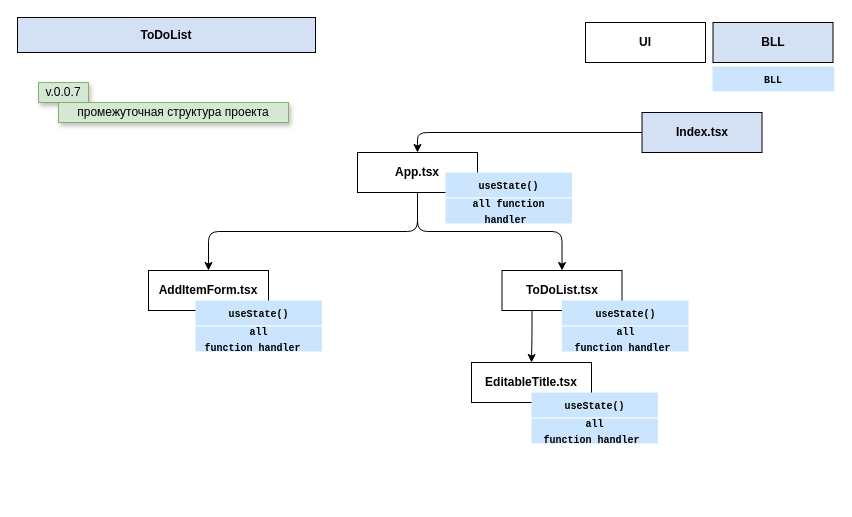
The draw.io diagram ToDoList.drawio in AndrosovMA/ToDoList, before the edit. Source tidied: cells renumbered, new cells numbered last; positions are measured from the earlier drawing's top-left corner, leaving out a move shared by most shapes. Both pictures are drawn from the tidied source at 100%, with x=0, y=0 at pixel (17, 17).
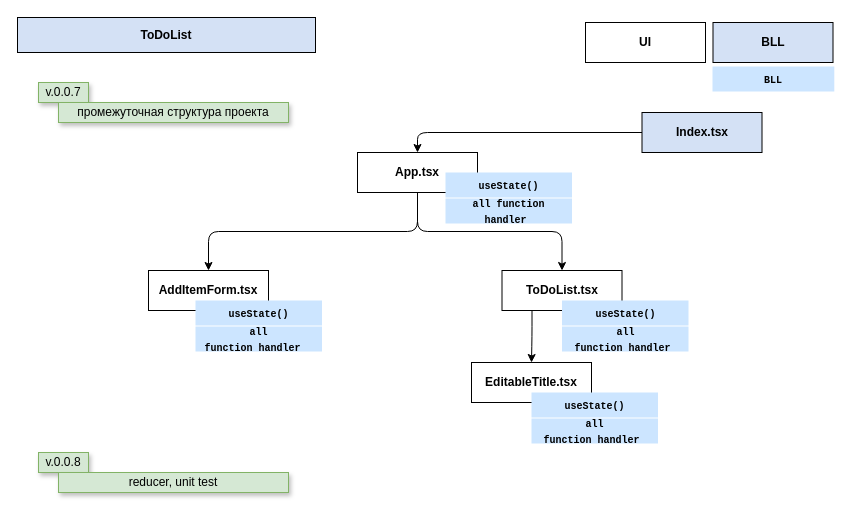
The same diagram, later.

Change to the diagram source:
```diff
@@
+    <mxCell id="29" value="v.0.0.8" style="text;html=1;strokeColor=#82b366;fillColor=#d5e8d4;align=center;verticalAlign=middle;whiteSpace=wrap;rounded=0;glass=0;shadow=1;" parent="1" vertex="1">
+      <mxGeometry x="21" y="435" width="50" height="20" as="geometry" />
+    </mxCell>
+    <mxCell id="30" value="reducer, unit test" style="text;html=1;strokeColor=#82b366;fillColor=#D5E8D4;align=center;verticalAlign=middle;whiteSpace=wrap;rounded=0;glass=0;shadow=1;" parent="1" vertex="1">
+      <mxGeometry x="41" y="455" width="230" height="20" as="geometry" />
+    </mxCell>
```
